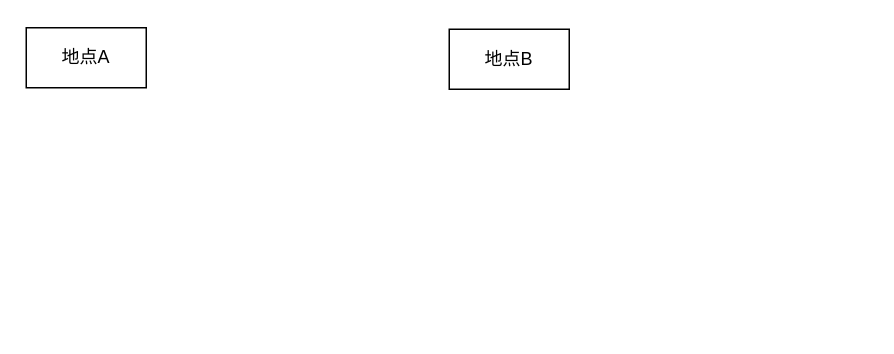
This is page "ページ1" (1 of 2) of graph.dio from I-Kouta/Python2, a draw.io file, before an edit. Source tidied: cells renumbered, new cells numbered last; positions are measured from the earlier drawing's top-left corner, leaving out a move shared by most shapes. Both pictures are drawn from the tidied source at 150%, with x=0, y=0 at pixel (26, 27).
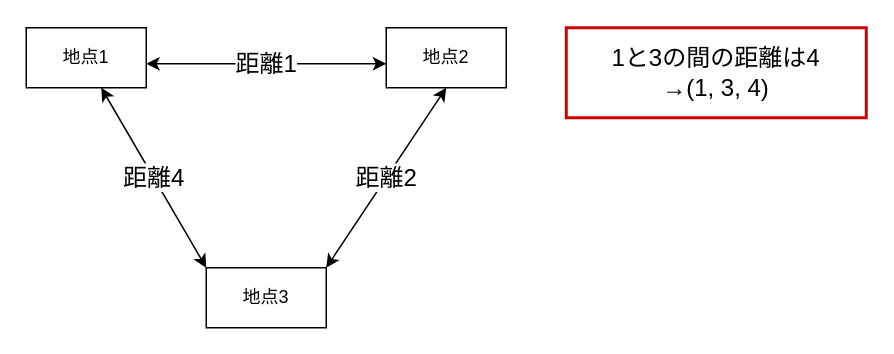
After the change.

Commit message (it also covers changes not shown here):
条件を増やしました

Change to the diagram source:
```diff
@@
 <mxGraphModel>
   <root>
     <mxCell id="0" />
     <mxCell id="1" parent="0" />
-    <mxCell id="2" value="地点A" style="rounded=0;whiteSpace=wrap;html=1;" parent="1" vertex="1">
+    <mxCell id="2" value="地点1" style="rounded=0;whiteSpace=wrap;html=1;" parent="1" vertex="1">
       <mxGeometry width="80" height="40" as="geometry" />
     </mxCell>
-    <mxCell id="3" value="地点B" style="rounded=0;whiteSpace=wrap;html=1;" parent="1" vertex="1">
-      <mxGeometry x="282" y="1" width="80" height="40" as="geometry" />
+    <mxCell id="3" value="地点2" style="rounded=0;whiteSpace=wrap;html=1;" parent="1" vertex="1">
+      <mxGeometry x="240" width="80" height="40" as="geometry" />
     </mxCell>
+    <mxCell id="4" value="&lt;font style=&quot;font-size: 16px;&quot;&gt;距離1&lt;/font&gt;" style="endArrow=classic;html=1;startArrow=classic;startFill=1;endFill=1;" parent="1" edge="1">
+      <mxGeometry relative="1" as="geometry">
+        <mxPoint x="80" y="24" as="sourcePoint" />
+        <mxPoint x="240" y="24" as="targetPoint" />
+      </mxGeometry>
+    </mxCell>
+    <mxCell id="5" value="1と3の間の距離は4&lt;br style=&quot;font-size: 16px;&quot;&gt;→(1, 3, 4)" style="rounded=0;whiteSpace=wrap;html=1;fontSize=16;strokeColor=#CC0000;strokeWidth=2;" parent="1" vertex="1">
+      <mxGeometry x="360" width="200" height="60" as="geometry" />
+    </mxCell>
+    <mxCell id="6" value="地点3" style="rounded=0;whiteSpace=wrap;html=1;" parent="1" vertex="1">
+      <mxGeometry x="120" y="160" width="80" height="40" as="geometry" />
+    </mxCell>
+    <mxCell id="7" value="&lt;font style=&quot;font-size: 16px;&quot;&gt;距離2&lt;/font&gt;" style="endArrow=classic;html=1;startArrow=classic;startFill=1;endFill=1;exitX=1;exitY=0;exitDx=0;exitDy=0;" parent="1" edge="1" source="6">
+      <mxGeometry relative="1" as="geometry">
+        <mxPoint x="280" y="40" as="targetPoint" />
+      </mxGeometry>
+    </mxCell>
+    <mxCell id="8" value="&lt;font style=&quot;font-size: 16px;&quot;&gt;距離4&lt;/font&gt;" style="endArrow=classic;html=1;startArrow=classic;startFill=1;endFill=1;" parent="1" edge="1">
+      <mxGeometry relative="1" as="geometry">
+        <mxPoint x="50" y="40" as="sourcePoint" />
+        <mxPoint x="120" y="160" as="targetPoint" />
+      </mxGeometry>
+    </mxCell>
   </root>
 </mxGraphModel>
```
